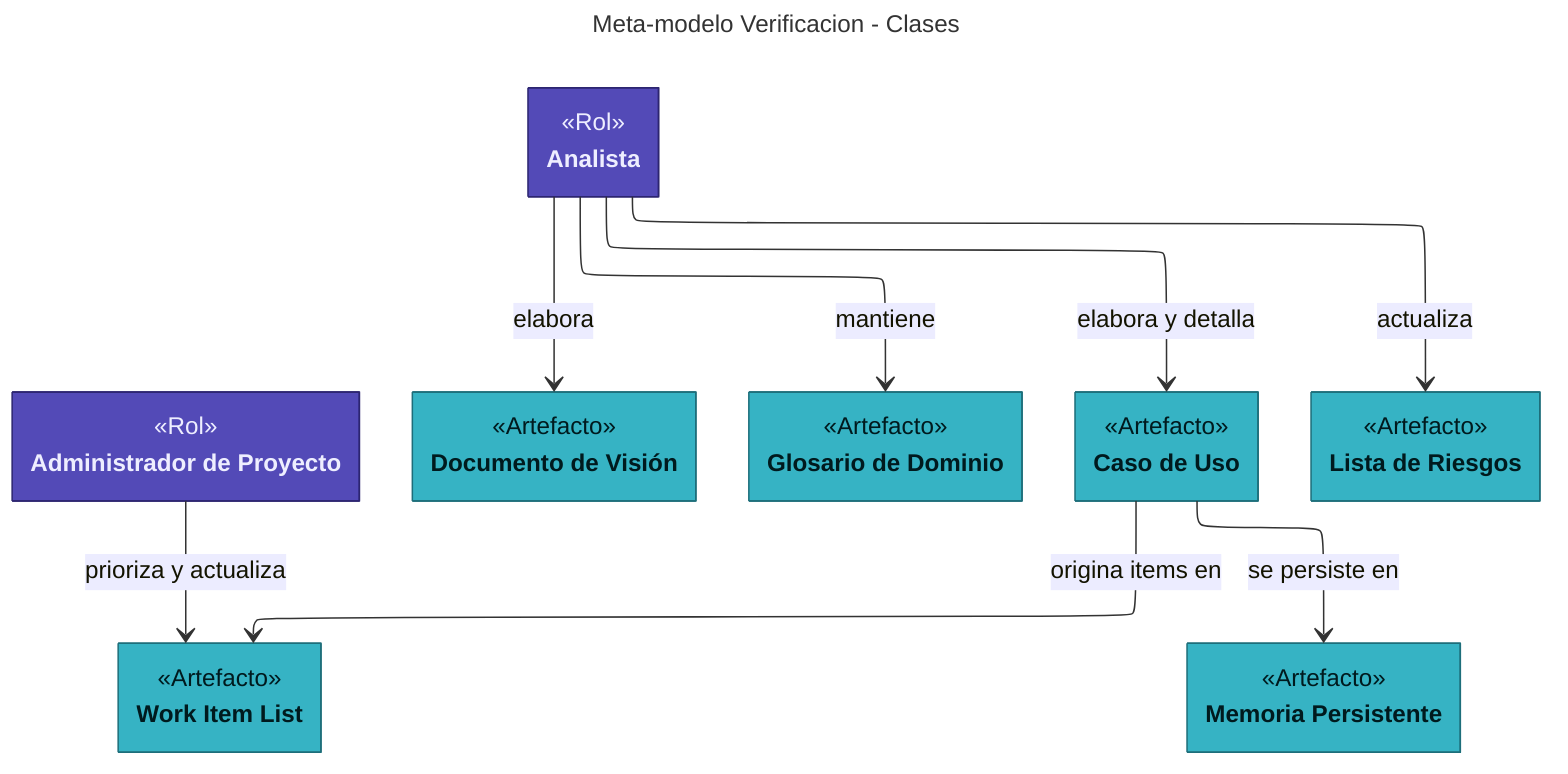
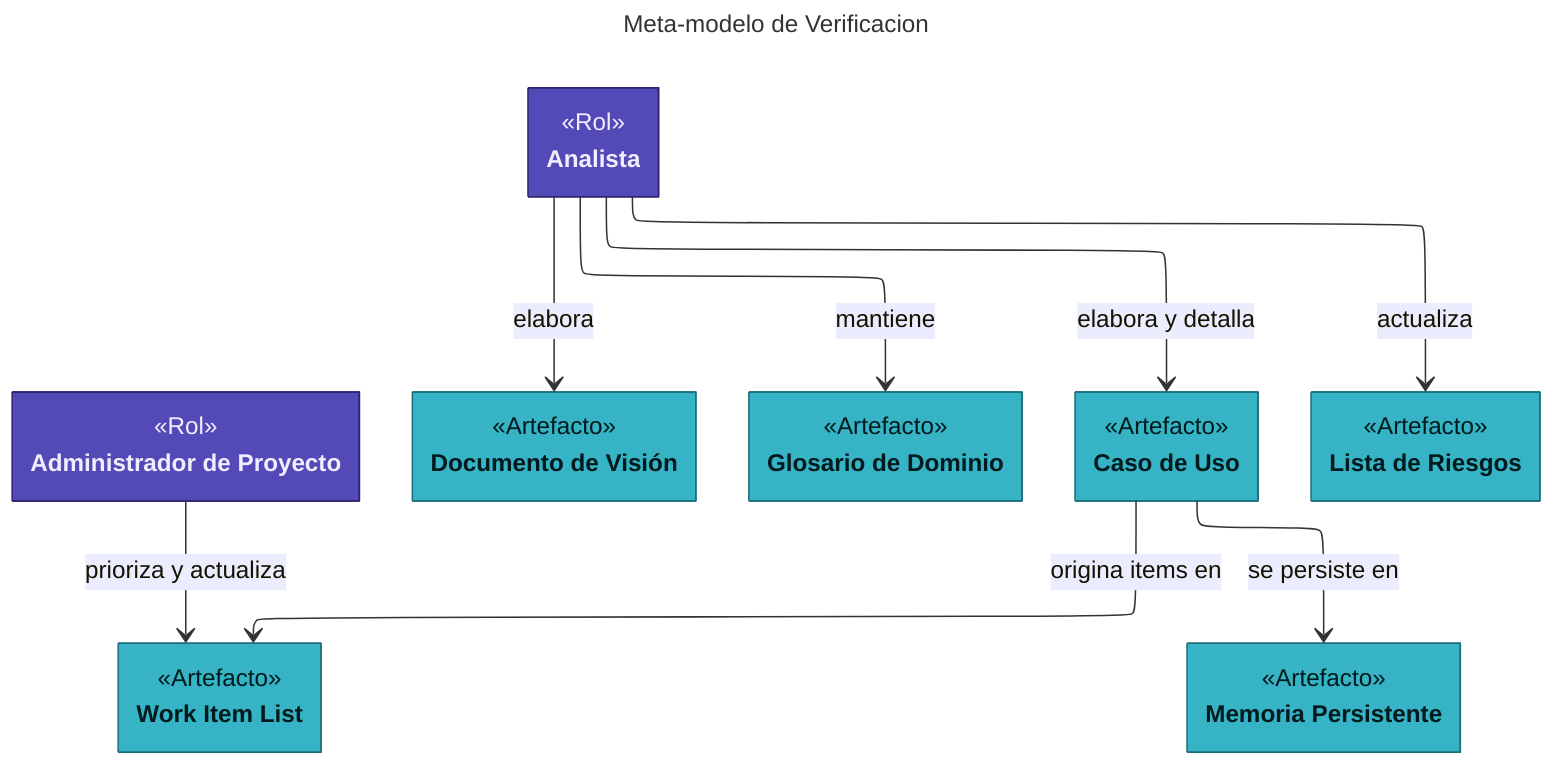
---
- title: Meta-modelo Verificacion - Clases
+ title: Meta-modelo de Verificacion
config:
    layout: elk
    class:
        hideEmptyMembersBox: true
---

classDiagram
class Analista["Analista"]:::rol {
    <<Rol>>
}

class AdministradorProyecto["Administrador de Proyecto"]:::rol {
    <<Rol>>
}

class DocumentoDeVision["Documento de Visión"]:::artefacto {
    <<Artefacto>>
}

class GlosarioDominio["Glosario de Dominio"]:::artefacto {
    <<Artefacto>>
}

class CasoDeUso["Caso de Uso"]:::artefacto {
    <<Artefacto>>
}

class ListaDeRiesgos["Lista de Riesgos"]:::artefacto {
    <<Artefacto>>
}

class WorkItemList["Work Item List"]:::artefacto {
    <<Artefacto>>
}

class MemoriaPersistente["Memoria Persistente"]:::artefacto {
    <<Artefacto>>
}

%% === RELACIONES ===

Analista --> DocumentoDeVision       : elabora
Analista --> GlosarioDominio         : mantiene
Analista --> CasoDeUso               : elabora y detalla
Analista --> ListaDeRiesgos          : actualiza

AdministradorProyecto --> WorkItemList      : prioriza y actualiza

CasoDeUso --> WorkItemList           : origina items en
CasoDeUso --> MemoriaPersistente     : se persiste en

classDef proceso fill:#3d3d3a,stroke:#2C2C2A,color:#F1EFE8
classDef fase fill:#c4a336,stroke:#8a6f1f,color:#1a1400
classDef disciplina fill:#c47b36,stroke:#7a4a1d,color:#1a0f00
classDef evento fill:#a45be9,stroke:#6a2fa8,color:#1a0033
classDef rol fill:#534AB7,stroke:#2c2570,color:#eeeeff
classDef artefacto fill:#36b3c4,stroke:#1d6e7a,color:#001a1e